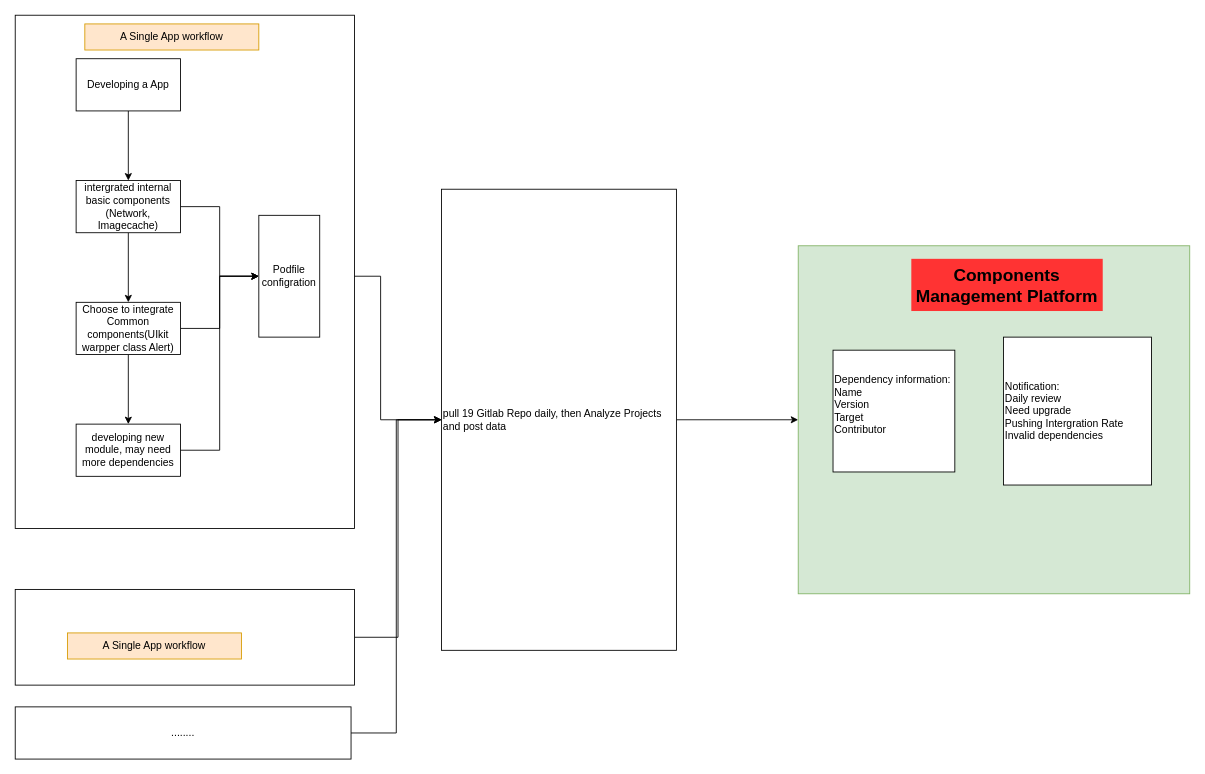
Above: Cmp-visual.drawio in lyleLH/AA-Draw.io (draw.io), before the change. Source tidied: cells renumbered, new cells numbered last; positions are measured from the earlier drawing's top-left corner, leaving out a move shared by most shapes. Both pictures are drawn from the tidied source at 87%, with x=0, y=0 at pixel (15, 15).
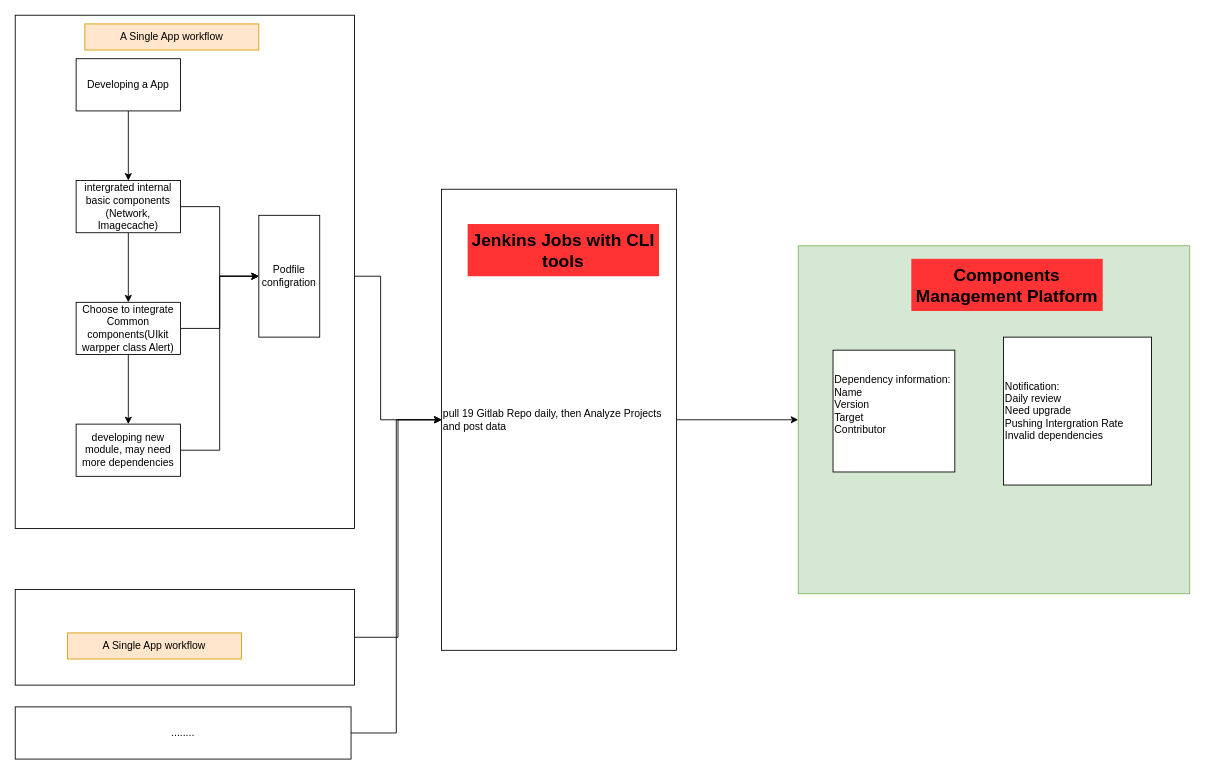
After the change.

Diff of the diagram source:
```diff
@@
+    <mxCell id="28" value="&lt;span style=&quot;font-weight: 700; font-kerning: none; font-size: 20px;&quot; class=&quot;OYPEnA font-feature-liga-off font-feature-clig-off font-feature-calt-off text-decoration-none text-strikethrough-none&quot;&gt;Jenkins Jobs with CLI tools&lt;/span&gt;" style="text;html=1;align=center;verticalAlign=middle;whiteSpace=wrap;rounded=0;fillColor=#FF3333;fontSize=20;" parent="1" vertex="1">
+      <mxGeometry x="520" y="240" width="220" height="60" as="geometry" />
+    </mxCell>
```
